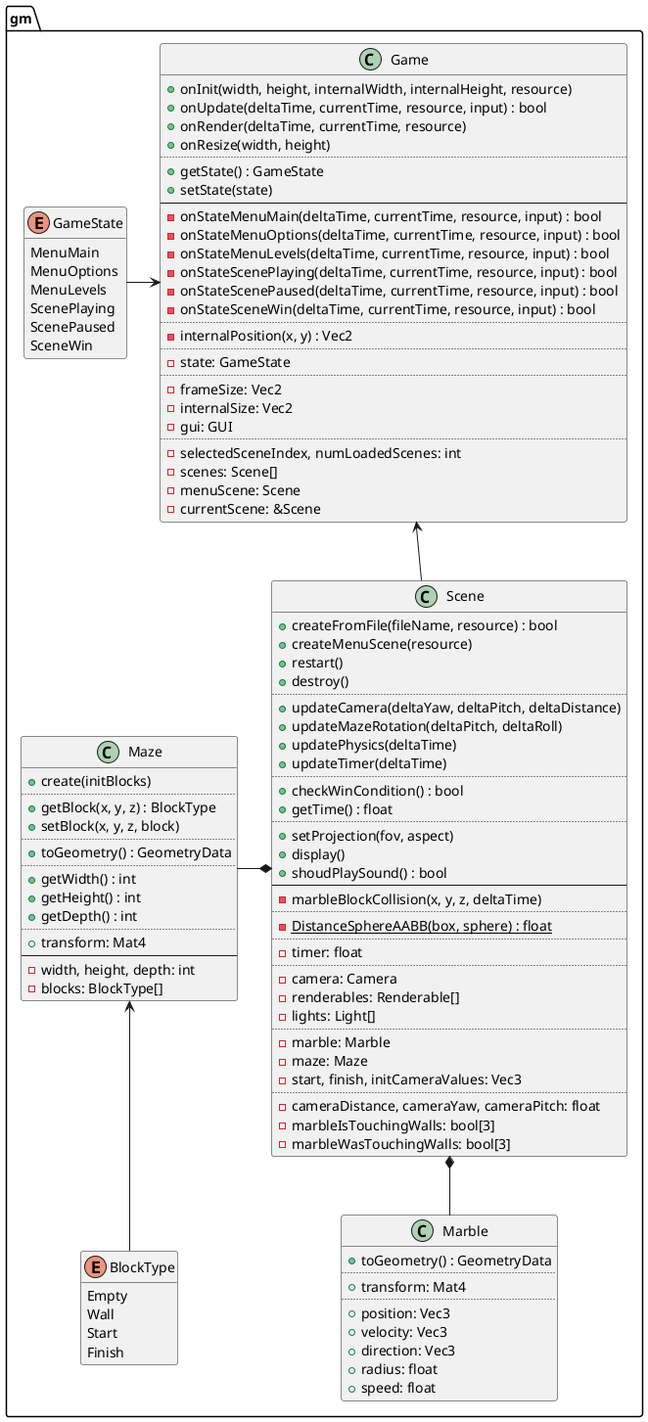
This is design/gm.png from ba6er/marblemaze, a PlantUML export, as it was before one commit. The source it was exported from:
```plantuml
@startuml
set separator ::

enum gm::GameState {
	MenuMain
	MenuOptions
	MenuLevels
	ScenePlaying
	ScenePaused
	SceneWin
}
hide GameState methods

class gm::Game {
	+onInit(width, height, internalWidth, internalHeight, resource)
	+onUpdate(deltaTime, currentTime, resource, input) : bool
	+onRender(deltaTime, currentTime, resource)
	+onResize(width, height)
	..
	+getState() : GameState
	+setState(state)
	--
	-onStateMenuMain(deltaTime, currentTime, resource, input) : bool
	-onStateMenuOptions(deltaTime, currentTime, resource, input) : bool
	-onStateMenuLevels(deltaTime, currentTime, resource, input) : bool
	-onStateScenePlaying(deltaTime, currentTime, resource, input) : bool
	-onStateScenePaused(deltaTime, currentTime, resource, input) : bool
	-onStateSceneWin(deltaTime, currentTime, resource, input) : bool
	..
	-internalPosition(x, y) : Vec2
	..
	-state: GameState
	..
	-frameSize: Vec2
	-internalSize: Vec2
	-gui: GUI
	..
	-selectedSceneIndex, numLoadedScenes: int
	-scenes: Scene[]
	-menuScene: Scene
	-currentScene: &Scene
}

class gm::Scene {
	+createFromFile(fileName, resource) : bool
	+createMenuScene(resource)
	+restart()
	+destroy()
	..
	+updateCamera(deltaYaw, deltaPitch, deltaDistance)
	+updateMazeRotation(deltaPitch, deltaRoll)
	+updatePhysics(deltaTime)
	+updateTimer(deltaTime)
	..
	+checkWinCondition() : bool
	+getTime() : float
	..
	+setProjection(fov, aspect)
	+display()
	+shoudPlaySound() : bool
	--
	-marbleBlockCollision(x, y, z, deltaTime)
	..
	{static} -DistanceSphereAABB(box, sphere) : float
	..
	-timer: float
	..
	-camera: Camera
	-renderables: Renderable[]
	-lights: Light[]
	..
	-marble: Marble
	-maze: Maze
	-start, finish, initCameraValues: Vec3
	..
	-cameraDistance, cameraYaw, cameraPitch: float
	-marbleIsTouchingWalls: bool[3]
	-marbleWasTouchingWalls: bool[3]
}

enum gm::BlockType {
	Empty
	Wall
	Start
	Finish
}
hide BlockType methods

class gm::Maze {
	+create(initBlocks)
	..
	+getBlock(x, y, z) : BlockType
	+setBlock(x, y, z, block)
	..
	+toGeometry() : GeometryData
	..
	+getWidth() : int
	+getHeight() : int
	+getDepth() : int
	..
	+transform: Mat4
	--
	-width, height, depth: int
	-blocks: BlockType[]
}

class gm::Marble {
	+toGeometry() : GeometryData
	..
	+transform: Mat4
	..
	+position: Vec3
	+velocity: Vec3
	+direction: Vec3
	+radius: float
	+speed: float
}

Maze <-down- BlockType

Scene *-left- Maze
Scene *-down- Marble

Game <-left- GameState
Game <-- Scene

@enduml
```
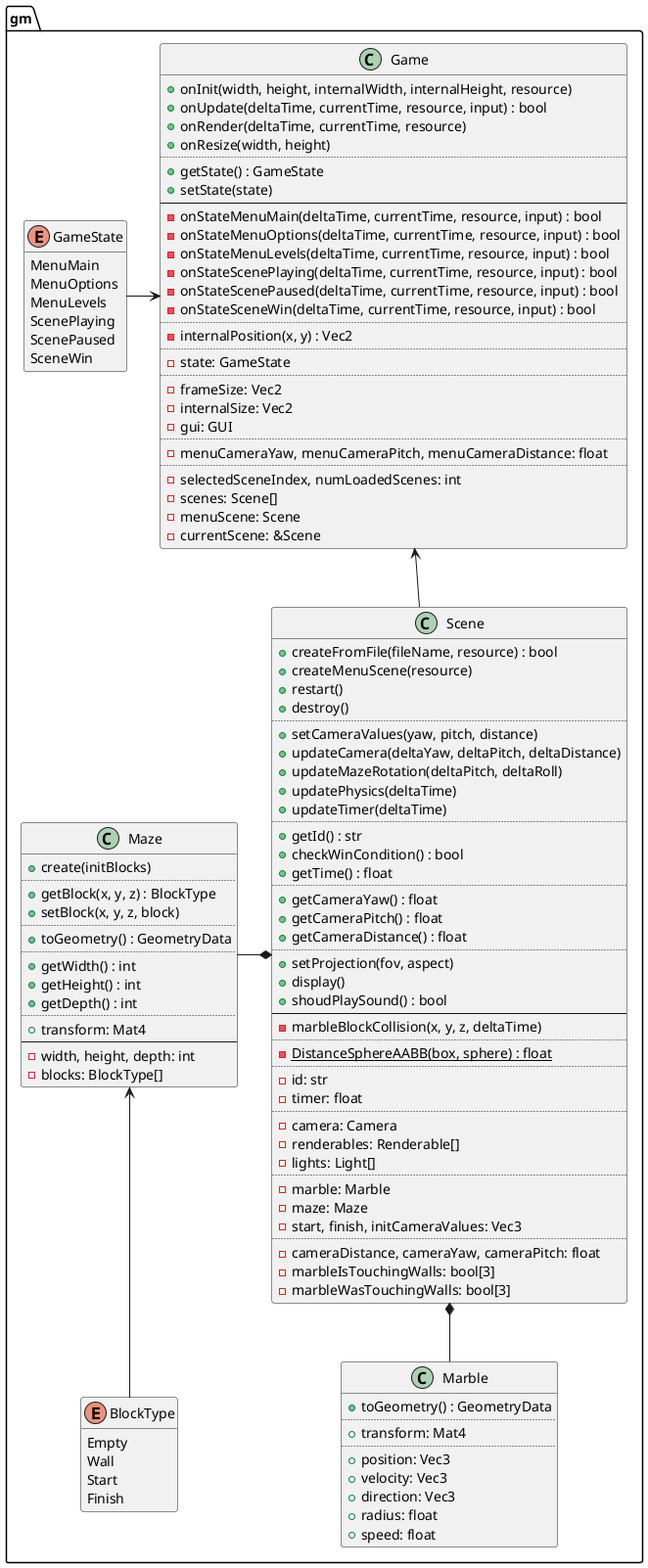
Above is the later version.

The edit, as a diff of the source:
```diff
@@ -35,6 +35,8 @@
 	-internalSize: Vec2
 	-gui: GUI
 	..
+	-menuCameraYaw, menuCameraPitch, menuCameraDistance: float
+	..
 	-selectedSceneIndex, numLoadedScenes: int
 	-scenes: Scene[]
 	-menuScene: Scene
@@ -47,13 +49,19 @@
 	+restart()
 	+destroy()
 	..
+	+setCameraValues(yaw, pitch, distance)
 	+updateCamera(deltaYaw, deltaPitch, deltaDistance)
 	+updateMazeRotation(deltaPitch, deltaRoll)
 	+updatePhysics(deltaTime)
 	+updateTimer(deltaTime)
 	..
+	+getId() : str
 	+checkWinCondition() : bool
 	+getTime() : float
+	..
+	+getCameraYaw() : float
+	+getCameraPitch() : float
+	+getCameraDistance() : float
 	..
 	+setProjection(fov, aspect)
 	+display()
@@ -63,6 +71,7 @@
 	..
 	{static} -DistanceSphereAABB(box, sphere) : float
 	..
+	-id: str
 	-timer: float
 	..
 	-camera: Camera
```
